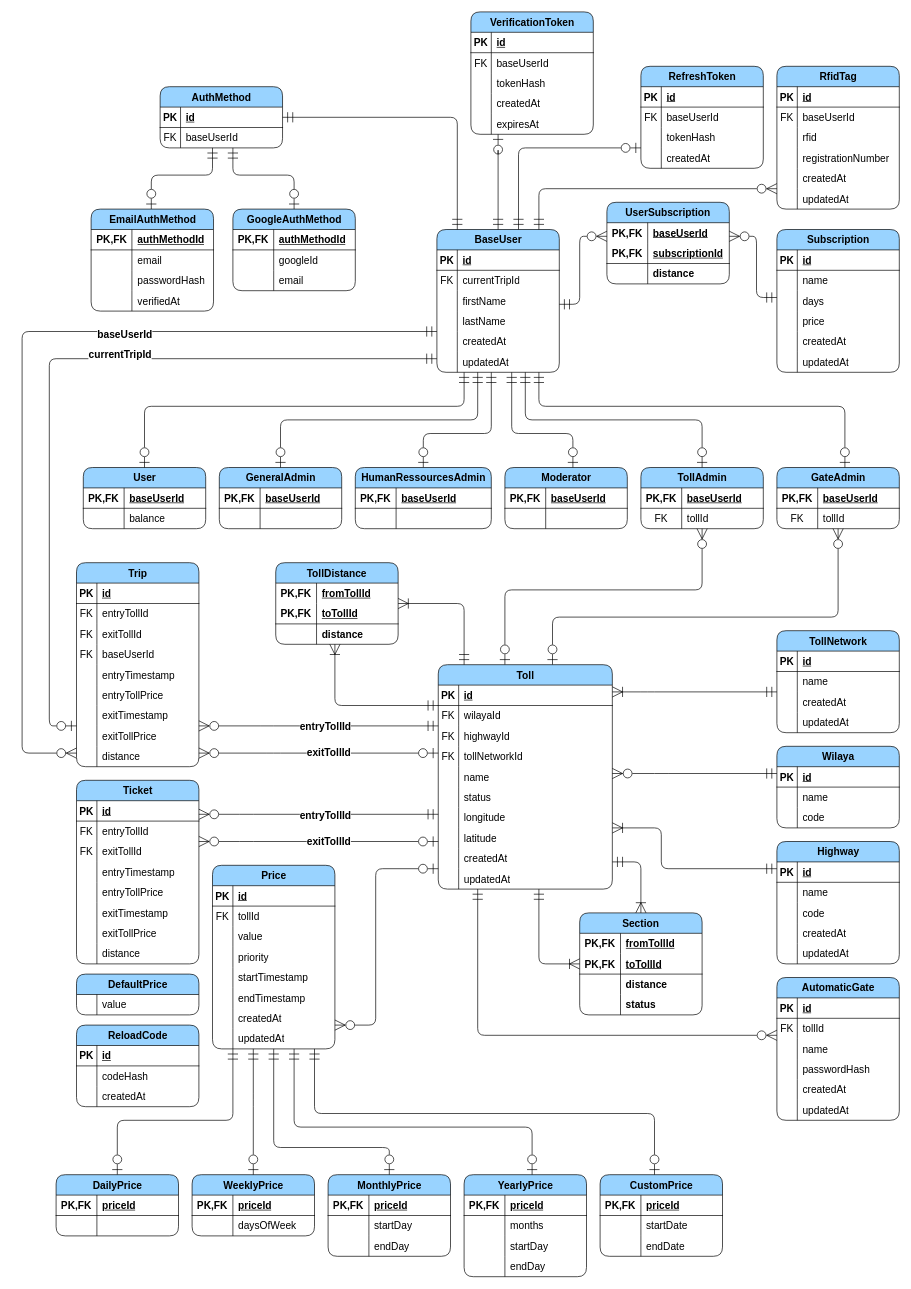
The draw.io diagram diagrams/entity-relation.drawio in devlotfi/peage-pay, before the edit. Source tidied: cells renumbered, new cells numbered last; positions are measured from the earlier drawing's top-left corner, leaving out a move shared by most shapes. Both pictures are drawn from the tidied source at 68%, with x=0, y=0 at pixel (22, 12).
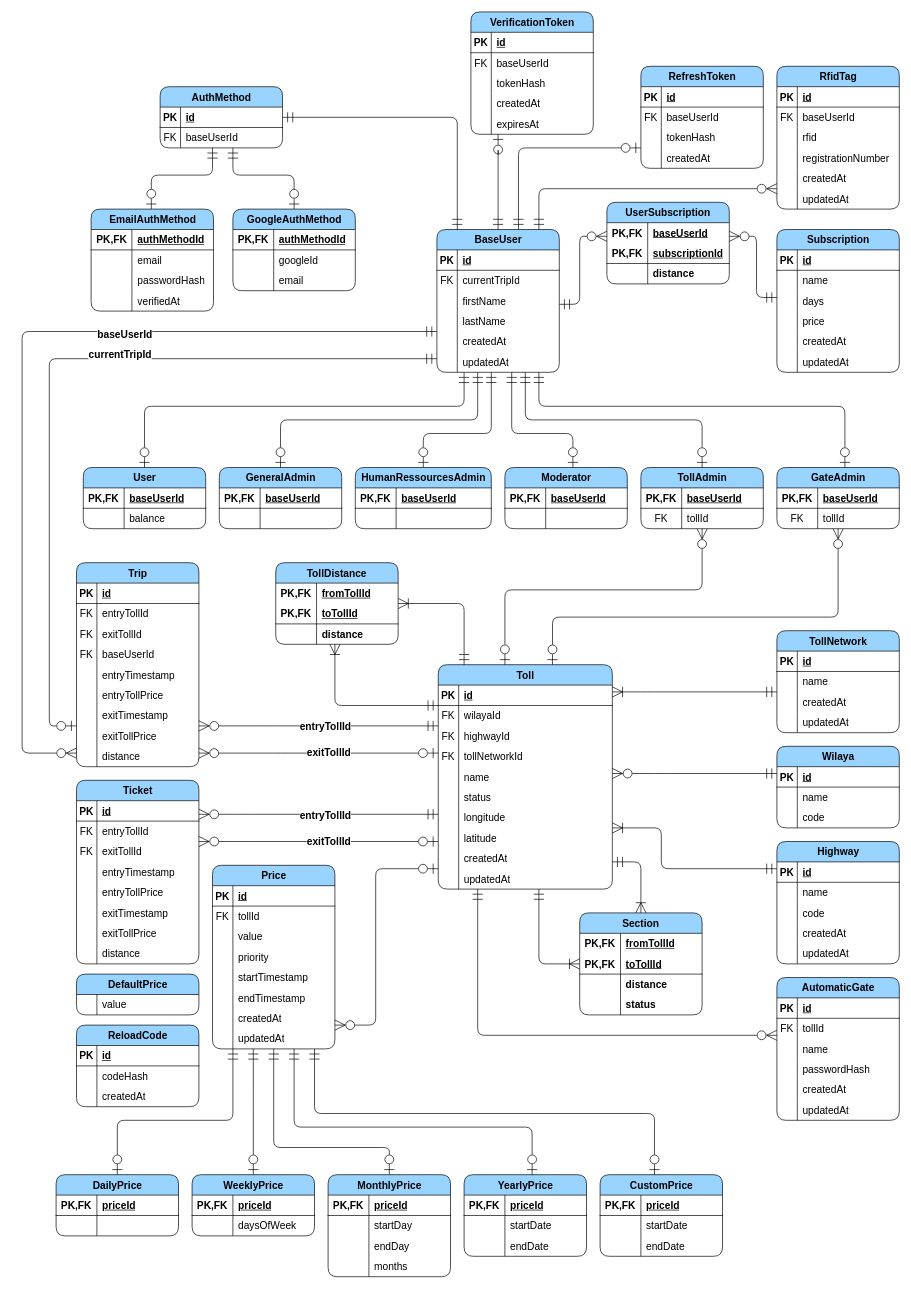
Above is the later version.

What changed in the source:
```diff
@@
     <mxCell id="327" value="MonthlyPrice" style="shape=table;startSize=30;childLayout=tableLayout;rowLines=0;fontStyle=1;align=center;html=1;rounded=1;fillColor=#99D3FF;fontSize=15;" parent="1" vertex="1">
-      <mxGeometry x="450" y="1710" width="180" height="120" as="geometry" />
+      <mxGeometry x="450" y="1710" width="180" height="150" as="geometry" />
     </mxCell>
@@
+    <mxCell id="463" style="shape=tableRow;horizontal=0;startSize=0;swimlaneHead=0;swimlaneBody=0;fillColor=none;top=0;left=0;right=0;bottom=0;fontSize=15;" parent="327" vertex="1">
+      <mxGeometry y="120" width="180" height="30" as="geometry" />
+    </mxCell>
+    <mxCell id="342" style="shape=partialRectangle;fillColor=none;top=0;left=0;bottom=0;right=0;overflow=hidden;whiteSpace=wrap;html=1;fontSize=15;" parent="463" vertex="1">
+      <mxGeometry width="60" height="30" as="geometry" />
+    </mxCell>
+    <mxCell id="343" value="months" style="shape=partialRectangle;fillColor=none;top=0;left=0;bottom=0;right=0;align=left;spacingLeft=6;overflow=hidden;whiteSpace=wrap;html=1;fontSize=15;" parent="463" vertex="1">
+      <mxGeometry x="60" width="120" height="30" as="geometry" />
+    </mxCell>
     <mxCell id="337" value="YearlyPrice" style="shape=table;startSize=30;childLayout=tableLayout;rowLines=0;fontStyle=1;align=center;html=1;rounded=1;fillColor=#99D3FF;fontSize=15;" parent="1" vertex="1">
-      <mxGeometry x="650" y="1710" width="180" height="150" as="geometry" />
+      <mxGeometry x="650" y="1710" width="180" height="120" as="geometry" />
     </mxCell>
@@
-    <mxCell id="341" style="shape=tableRow;horizontal=0;startSize=0;swimlaneHead=0;swimlaneBody=0;fillColor=none;top=0;left=0;right=0;bottom=0;fontSize=15;" parent="337" vertex="1">
-      <mxGeometry y="60" width="180" height="30" as="geometry" />
-    </mxCell>
-    <mxCell id="342" style="shape=partialRectangle;fillColor=none;top=0;left=0;bottom=0;right=0;overflow=hidden;whiteSpace=wrap;html=1;fontSize=15;" parent="341" vertex="1">
-      <mxGeometry width="60" height="30" as="geometry" />
-    </mxCell>
-    <mxCell id="343" value="months" style="shape=partialRectangle;fillColor=none;top=0;left=0;bottom=0;right=0;align=left;spacingLeft=6;overflow=hidden;whiteSpace=wrap;html=1;fontSize=15;" parent="341" vertex="1">
-      <mxGeometry x="60" width="120" height="30" as="geometry" />
-    </mxCell>
     <mxCell id="344" style="shape=tableRow;horizontal=0;startSize=0;swimlaneHead=0;swimlaneBody=0;fillColor=none;top=0;left=0;right=0;bottom=0;fontSize=15;" parent="337" vertex="1">
-      <mxGeometry y="90" width="180" height="30" as="geometry" />
+      <mxGeometry y="60" width="180" height="30" as="geometry" />
     </mxCell>
@@
-    <mxCell id="346" value="startDay" style="shape=partialRectangle;fillColor=none;top=0;left=0;bottom=0;right=0;align=left;spacingLeft=6;overflow=hidden;whiteSpace=wrap;html=1;fontSize=15;" parent="344" vertex="1">
+    <mxCell id="346" value="startDate" style="shape=partialRectangle;fillColor=none;top=0;left=0;bottom=0;right=0;align=left;spacingLeft=6;overflow=hidden;whiteSpace=wrap;html=1;fontSize=15;" parent="344" vertex="1">
       <mxGeometry x="60" width="120" height="30" as="geometry" />
     </mxCell>
     <mxCell id="347" style="shape=tableRow;horizontal=0;startSize=0;swimlaneHead=0;swimlaneBody=0;fillColor=none;top=0;left=0;right=0;bottom=0;fontSize=15;" parent="337" vertex="1">
-      <mxGeometry y="120" width="180" height="30" as="geometry" />
+      <mxGeometry y="90" width="180" height="30" as="geometry" />
     </mxCell>
@@
-    <mxCell id="349" value="endDay" style="shape=partialRectangle;fillColor=none;top=0;left=0;bottom=0;right=0;align=left;spacingLeft=6;overflow=hidden;whiteSpace=wrap;html=1;fontSize=15;" parent="347" vertex="1">
+    <mxCell id="349" value="endDate" style="shape=partialRectangle;fillColor=none;top=0;left=0;bottom=0;right=0;align=left;spacingLeft=6;overflow=hidden;whiteSpace=wrap;html=1;fontSize=15;" parent="347" vertex="1">
       <mxGeometry x="60" width="120" height="30" as="geometry" />
     </mxCell>
```
